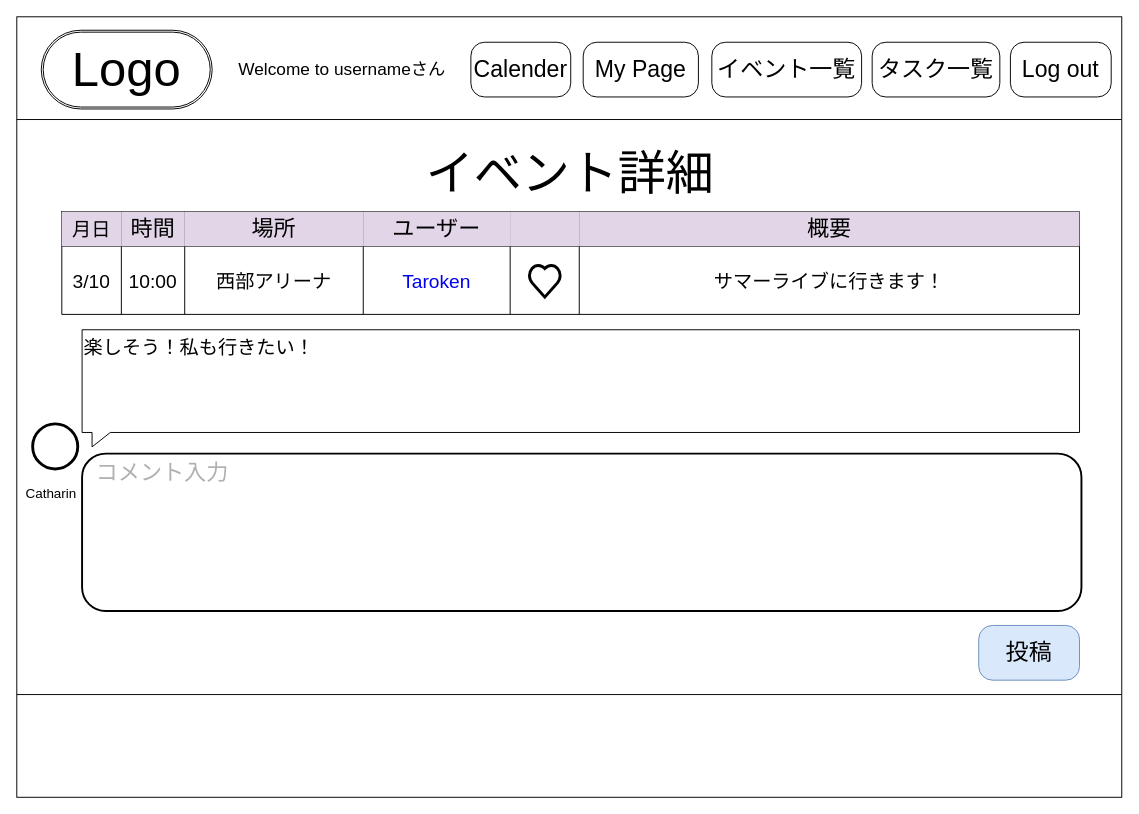
Earlier version of the draw.io diagram page "イベント詳細" (10 of 20) of wire flame.drawio (MurapyonCorp/My-Portfolio). Source tidied: cells renumbered, new cells numbered last; positions are measured from the earlier drawing's top-left corner, leaving out a move shared by most shapes. Both pictures are drawn from the tidied source at 96%, with x=0, y=0 at pixel (16, 16).
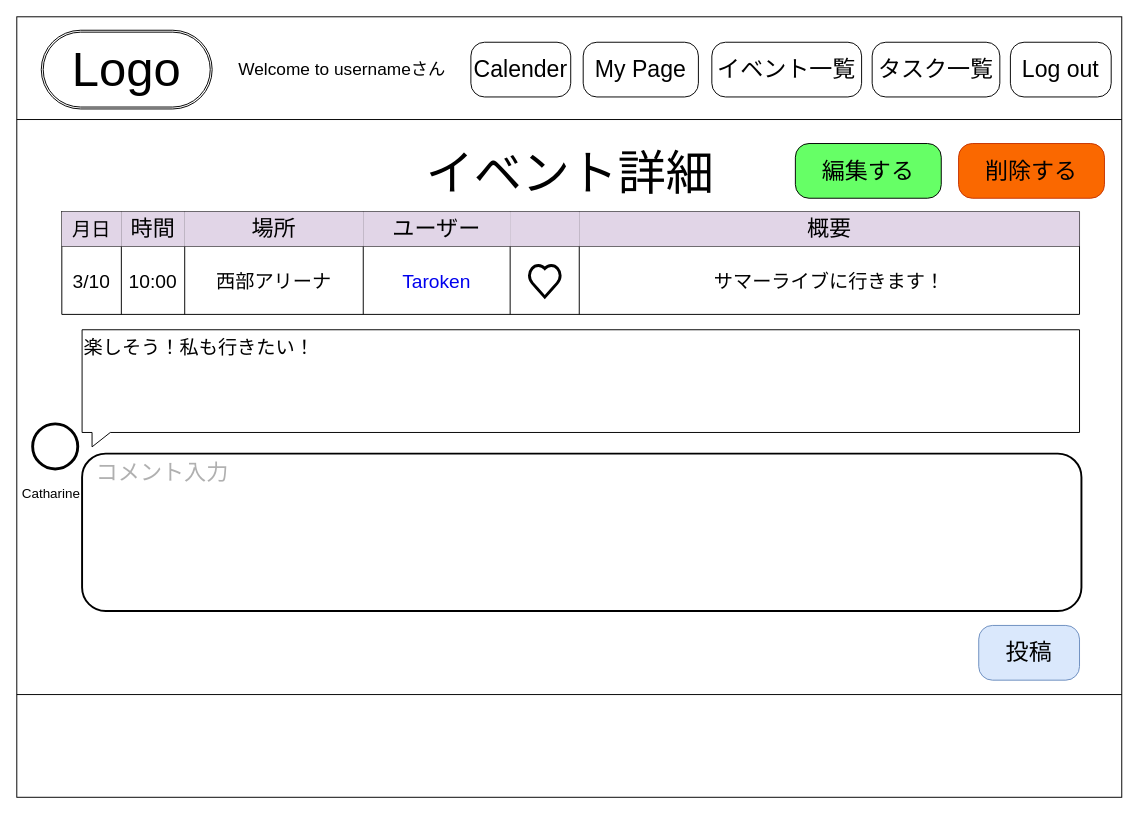
The same page after the edit.

Diff of the diagram source:
```diff
@@
-    <mxCell id="23" value="&lt;font color=&quot;#000000&quot; style=&quot;font-size: 14px;&quot;&gt;Catharin&lt;/font&gt;" style="text;html=1;strokeColor=none;fillColor=none;align=center;verticalAlign=middle;whiteSpace=wrap;rounded=0;fontSize=14;" parent="1" vertex="1">
+    <mxCell id="23" value="&lt;font color=&quot;#000000&quot; style=&quot;font-size: 14px&quot;&gt;Catharine&lt;/font&gt;" style="text;html=1;strokeColor=none;fillColor=none;align=center;verticalAlign=middle;whiteSpace=wrap;rounded=0;fontSize=14;" parent="1" vertex="1">
       <mxGeometry y="479" width="72" height="35.1" as="geometry" />
     </mxCell>
@@
+    <mxCell id="33" value="&lt;font color=&quot;#000000&quot;&gt;&lt;span style=&quot;font-size: 24px&quot;&gt;編集する&lt;/span&gt;&lt;/font&gt;" style="rounded=1;arcSize=25;whiteSpace=wrap;html=1;align=center;strokeColor=#000000;fillColor=#66FF66;" parent="1" vertex="1">
+      <mxGeometry x="811" y="132" width="152" height="57" as="geometry" />
+    </mxCell>
+    <mxCell id="34" value="&lt;font color=&quot;#000000&quot;&gt;&lt;span style=&quot;font-size: 24px&quot;&gt;削除する&lt;/span&gt;&lt;/font&gt;" style="rounded=1;arcSize=25;whiteSpace=wrap;html=1;align=center;strokeColor=#C73500;fillColor=#fa6800;fontColor=#000000;" parent="1" vertex="1">
+      <mxGeometry x="981" y="132" width="152" height="57" as="geometry" />
+    </mxCell>
```
